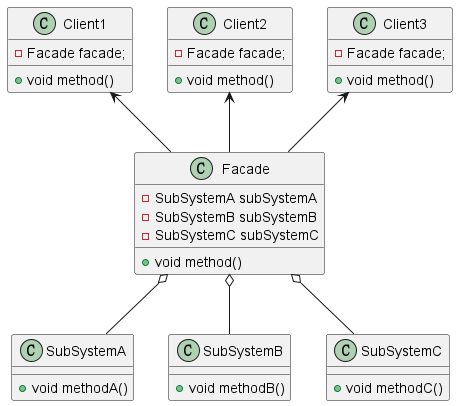
sunnyzhy/Design-pattern keeps this PlantUML diagram as spring-cloud-design-pattern/structure-facade-pattern/src/main/resources/static/facade/diagram.png. Above is the earlier version.
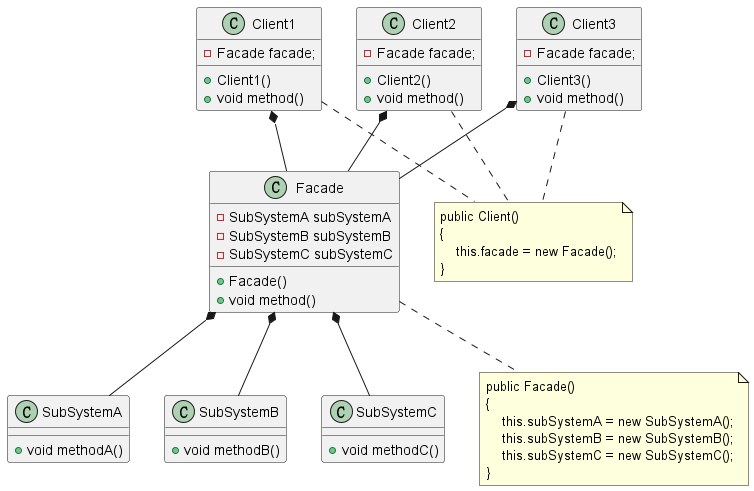
After the change.

The edit, as a diff of the source:
```diff
@@ -1,28 +1,31 @@
 @startuml
 
-Client1 <-- Facade
-Client2 <-- Facade
-Client3 <-- Facade
+Client1 *-- Facade
+Client2 *-- Facade
+Client3 *-- Facade
 
-Facade o-- SubSystemA
-Facade o-- SubSystemB
-Facade o-- SubSystemC
+Facade *-- SubSystemA
+Facade *-- SubSystemB
+Facade *-- SubSystemC
 
 class Client1 {
   -Facade facade;
 
+  +Client1()
   +void method()
 }
 
 class Client2 {
   -Facade facade;
 
+  +Client2()
   +void method()
 }
 
 class Client3 {
   -Facade facade;
 
+  +Client3()
   +void method()
 }
 
@@ -31,6 +34,7 @@
   -SubSystemB subSystemB
   -SubSystemC subSystemC
 
+  +Facade()
   +void method()
 }
 
@@ -46,4 +50,26 @@
   +void methodC()
 }
 
+note as N
+    public Client()
+    {
+        this.facade = new Facade();
+    }
+end note
+
+Client1 .. N
+Client2 .. N
+Client3 .. N
+
+note as M
+    public Facade()
+    {
+        this.subSystemA = new SubSystemA();
+        this.subSystemB = new SubSystemB();
+        this.subSystemC = new SubSystemC();
+    }
+end note
+
+Facade .. M
+
 @enduml
```
